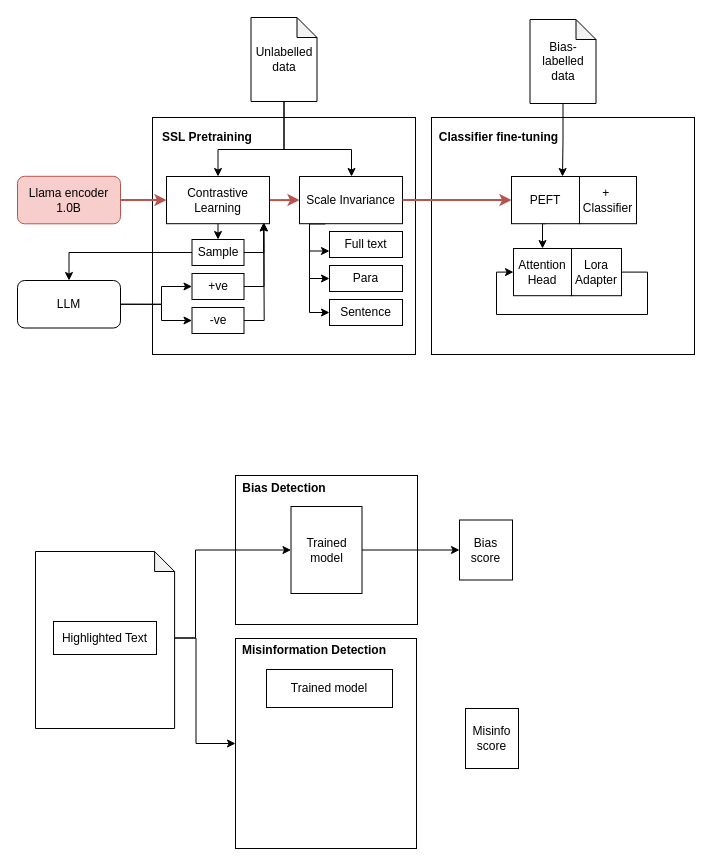
Earlier version of the draw.io diagram Architecture.drawio (cvu-opensource/NTU-DLWeek2025). Source tidied: cells renumbered, new cells numbered last; positions are measured from the earlier drawing's top-left corner, leaving out a move shared by most shapes. Both pictures are drawn from the tidied source at 100%, with x=0, y=0 at pixel (17, 17).
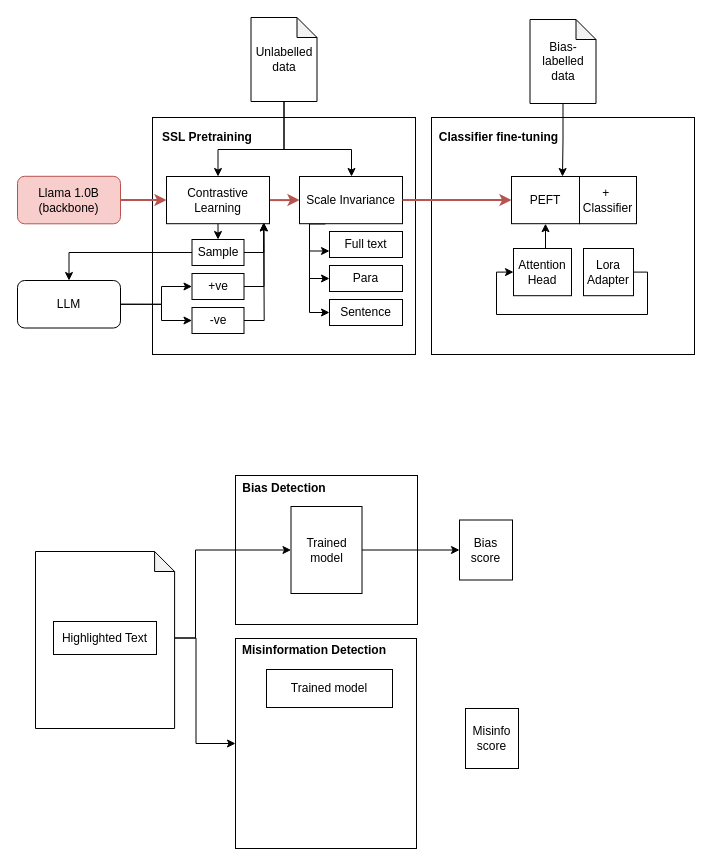
After the change.

Commit message:
lol here you go gerald

Unchanged cells that the change refers to:
```xml
<mxCell id="21" style="group;" parent="1" vertex="1">
  <mxGeometry x="414" y="100" width="263" height="237" as="geometry" />
</mxCell>
<mxCell id="25" value="PEFT" style="rounded=0;whiteSpace=wrap;html=1;" parent="21" vertex="1">
  <mxGeometry x="80" y="59" width="68" height="47.2" as="geometry" />
</mxCell>
<mxCell id="27" style="group;" parent="21" vertex="1">
  <mxGeometry x="82" y="131" width="108" height="47.2" as="geometry" />
</mxCell>
<mxCell id="29" value="Attention Head" style="rounded=0;whiteSpace=wrap;html=1;" parent="27" vertex="1">
  <mxGeometry width="58" height="47.2" as="geometry" />
</mxCell>
```

Diff of the diagram source:
```diff
@@
-    <mxCell id="24" style="edgeStyle=orthogonalEdgeStyle;rounded=0;jettySize=auto;html=1;exitX=0.5;exitY=1;exitDx=0;exitDy=0;entryX=0.5;entryY=0;entryDx=0;entryDy=0;" parent="21" edge="1" source="25" target="29">
-      <mxGeometry relative="1" as="geometry" />
-    </mxCell>
@@
     <mxCell id="28" value="Lora Adapter" style="rounded=0;whiteSpace=wrap;html=1;" parent="27" vertex="1">
-      <mxGeometry x="58" width="50" height="47.2" as="geometry" />
+      <mxGeometry x="70" width="50" height="47.2" as="geometry" />
     </mxCell>
@@
+    <mxCell id="59" style="edgeStyle=orthogonalEdgeStyle;rounded=0;jettySize=auto;html=1;exitX=0.5;exitY=0;exitDx=0;exitDy=0;entryX=0.5;entryY=1;entryDx=0;entryDy=0;" parent="21" edge="1" source="29" target="25">
+      <mxGeometry relative="1" as="geometry" />
+    </mxCell>
@@
-    <mxCell id="40" value="Llama encoder 1.0B" style="rounded=1;whiteSpace=wrap;html=1;fillColor=#f8cecc;strokeColor=#b85450;" parent="1" vertex="1">
+    <mxCell id="40" value="Llama 1.0B (backbone)" style="rounded=1;whiteSpace=wrap;html=1;fillColor=#f8cecc;strokeColor=#b85450;" parent="1" vertex="1">
       <mxGeometry y="158.8" width="103" height="47.5" as="geometry" />
     </mxCell>
```
